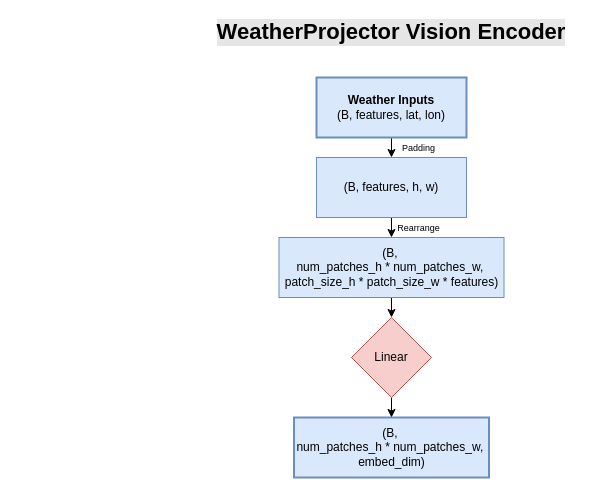
Before: page "WeatherProjector" (3 of 4) of doc/model_diagrams/model_diagrams.drawio in meteofrance/mfai, a draw.io diagram. Source tidied: cells renumbered, new cells numbered last; positions are measured from the earlier drawing's top-left corner, leaving out a move shared by most shapes. Both pictures are drawn from the tidied source at 100%, with x=0, y=0 at pixel (201, 17).
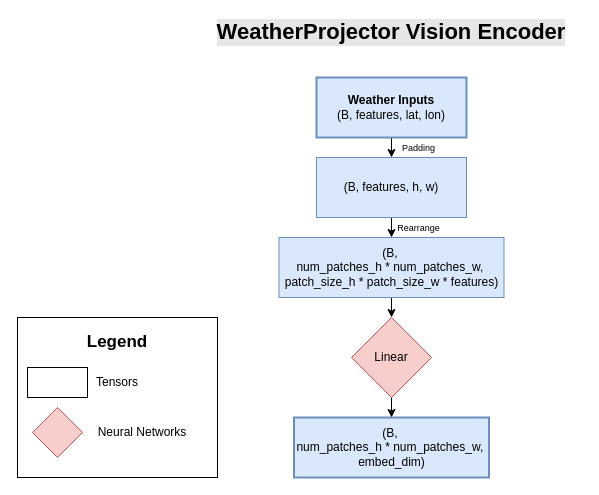
Above is the later version.

Diff of the diagram source:
```diff
@@
 <mxGraphModel>
   <root>
     <mxCell id="0" />
     <mxCell id="1" parent="0" />
     <mxCell id="2" style="edgeStyle=none;html=1;" parent="1" edge="1" source="3" target="9">
       <mxGeometry relative="1" as="geometry" />
     </mxCell>
     <mxCell id="3" value="&lt;b&gt;Weather Inputs&lt;/b&gt;&lt;div&gt;(B, features, lat, lon)&lt;/div&gt;" style="rounded=0;whiteSpace=wrap;html=1;fillColor=#dae8fc;strokeColor=#6c8ebf;strokeWidth=2;" parent="1" vertex="1">
       <mxGeometry x="115" y="60" width="150" height="60" as="geometry" />
     </mxCell>
     <mxCell id="4" value="WeatherProjector Vision Encoder" style="text;html=1;align=center;verticalAlign=middle;whiteSpace=wrap;rounded=0;fontSize=22;fontStyle=1;labelBackgroundColor=#E6E6E6;" parent="1" vertex="1">
       <mxGeometry width="380" height="30" as="geometry" />
     </mxCell>
     <mxCell id="5" value="&lt;div&gt;(B,&amp;nbsp;&lt;/div&gt;&lt;div&gt;&lt;span style=&quot;color: rgb(0, 0, 0); background-color: transparent;&quot;&gt;num_patches_h * num_patches_w&lt;/span&gt;&lt;span style=&quot;background-color: transparent;&quot;&gt;,&amp;nbsp;&lt;/span&gt;&lt;/div&gt;&lt;div&gt;&lt;span style=&quot;background-color: transparent;&quot;&gt;embed_dim)&lt;/span&gt;&lt;/div&gt;" style="rounded=0;whiteSpace=wrap;html=1;fillColor=#dae8fc;strokeColor=#6c8ebf;strokeWidth=2;" parent="1" vertex="1">
       <mxGeometry x="92.5" y="400" width="195" height="60" as="geometry" />
     </mxCell>
     <mxCell id="6" style="edgeStyle=none;html=1;" parent="1" edge="1" source="7" target="13">
       <mxGeometry relative="1" as="geometry" />
     </mxCell>
     <mxCell id="7" value="&lt;div&gt;(B,&amp;nbsp;&lt;/div&gt;&lt;div&gt;num_patches_h * num_patches_w,&amp;nbsp;&lt;/div&gt;&lt;div&gt;patch_size_h * patch_size_w * features)&lt;/div&gt;" style="rounded=0;whiteSpace=wrap;html=1;fillColor=#dae8fc;strokeColor=#6c8ebf;strokeWidth=1;" parent="1" vertex="1">
       <mxGeometry x="77.5" y="220" width="225" height="60" as="geometry" />
     </mxCell>
     <mxCell id="8" style="edgeStyle=none;html=1;" parent="1" edge="1" source="9" target="7">
       <mxGeometry relative="1" as="geometry" />
     </mxCell>
     <mxCell id="9" value="&lt;div&gt;(B, features, h, w)&lt;/div&gt;" style="rounded=0;whiteSpace=wrap;html=1;fillColor=#dae8fc;strokeColor=#6c8ebf;strokeWidth=1;" parent="1" vertex="1">
       <mxGeometry x="115" y="140" width="150" height="60" as="geometry" />
     </mxCell>
     <mxCell id="10" value="&lt;font style=&quot;font-size: 9px;&quot;&gt;Padding&lt;/font&gt;" style="text;html=1;align=center;verticalAlign=middle;whiteSpace=wrap;rounded=0;" parent="1" vertex="1">
       <mxGeometry x="190" y="120" width="55" height="20" as="geometry" />
     </mxCell>
     <mxCell id="11" value="&lt;font style=&quot;font-size: 9px;&quot;&gt;Rearrange&lt;/font&gt;" style="text;html=1;align=center;verticalAlign=middle;whiteSpace=wrap;rounded=0;" parent="1" vertex="1">
       <mxGeometry x="190" y="200" width="55" height="20" as="geometry" />
     </mxCell>
     <mxCell id="12" style="edgeStyle=none;html=1;" parent="1" edge="1" source="13" target="5">
       <mxGeometry relative="1" as="geometry" />
     </mxCell>
     <mxCell id="13" value="Linear" style="rhombus;whiteSpace=wrap;html=1;fillColor=#f8cecc;strokeColor=#b85450;" parent="1" vertex="1">
       <mxGeometry x="150" y="300" width="80" height="80" as="geometry" />
     </mxCell>
+    <mxCell id="14" style="rounded=0;whiteSpace=wrap;html=1;fillColor=none;" parent="1" vertex="1">
+      <mxGeometry x="-184" y="300" width="200" height="160" as="geometry" />
+    </mxCell>
+    <mxCell id="15" value="&lt;font style=&quot;font-size: 17px;&quot;&gt;&lt;b&gt;Legend&lt;/b&gt;&lt;/font&gt;" style="text;html=1;align=center;verticalAlign=middle;whiteSpace=wrap;rounded=0;" parent="1" vertex="1">
+      <mxGeometry x="-114" y="310" width="60" height="30" as="geometry" />
+    </mxCell>
+    <mxCell id="16" style="rounded=0;whiteSpace=wrap;html=1;" parent="1" vertex="1">
+      <mxGeometry x="-174" y="350" width="60" height="30" as="geometry" />
+    </mxCell>
+    <mxCell id="17" value="Tensors" style="text;html=1;align=center;verticalAlign=middle;whiteSpace=wrap;rounded=0;" parent="1" vertex="1">
+      <mxGeometry x="-114" y="350" width="60" height="30" as="geometry" />
+    </mxCell>
+    <mxCell id="18" style="rhombus;whiteSpace=wrap;html=1;fillColor=#f8cecc;strokeColor=#b85450;" parent="1" vertex="1">
+      <mxGeometry x="-169" y="390" width="50" height="50" as="geometry" />
+    </mxCell>
+    <mxCell id="19" value="Neural Networks" style="text;html=1;align=center;verticalAlign=middle;whiteSpace=wrap;rounded=0;" parent="1" vertex="1">
+      <mxGeometry x="-109" y="400" width="100" height="30" as="geometry" />
+    </mxCell>
   </root>
 </mxGraphModel>
```
